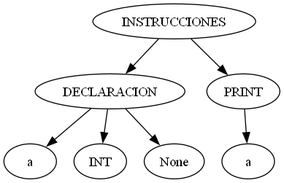
The Graphviz diagram backend/AST.png in AlvaroCeballos/OLC1_VJ2025_G5, before a commit. Its source is kept beside it as backend/AST.dot.
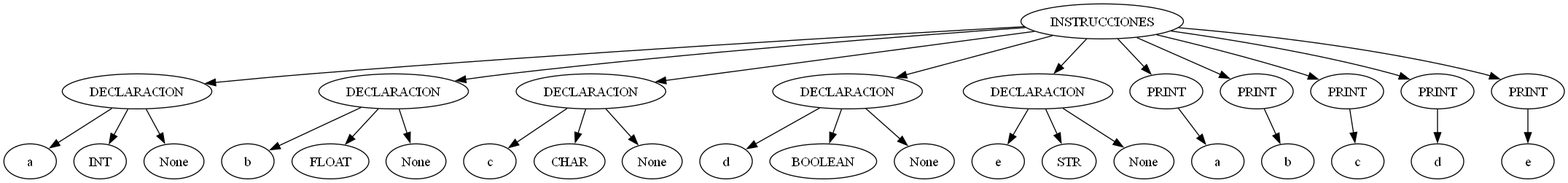
Later version of the same file.

Commit message:
correccion de declaracion

Change to the diagram source:
```diff
@@ -4,12 +4,60 @@
 	2 [label = "a"];
 	3 [label = "INT"];
 	4 [label = "None"];
-	5 [label = "PRINT"];
-	6 [label = "a"];
+	5 [label = "DECLARACION"];
+	6 [label = "b"];
+	7 [label = "FLOAT"];
+	8 [label = "None"];
+	9 [label = "DECLARACION"];
+	10 [label = "c"];
+	11 [label = "CHAR"];
+	12 [label = "None"];
+	13 [label = "DECLARACION"];
+	14 [label = "d"];
+	15 [label = "BOOLEAN"];
+	16 [label = "None"];
+	17 [label = "DECLARACION"];
+	18 [label = "e"];
+	19 [label = "STR"];
+	20 [label = "None"];
+	21 [label = "PRINT"];
+	22 [label = "a"];
+	23 [label = "PRINT"];
+	24 [label = "b"];
+	25 [label = "PRINT"];
+	26 [label = "c"];
+	27 [label = "PRINT"];
+	28 [label = "d"];
+	29 [label = "PRINT"];
+	30 [label = "e"];
 	0 -> 1;
 	1 -> 2;
 	1 -> 3;
 	1 -> 4;
 	0 -> 5;
 	5 -> 6;
+	5 -> 7;
+	5 -> 8;
+	0 -> 9;
+	9 -> 10;
+	9 -> 11;
+	9 -> 12;
+	0 -> 13;
+	13 -> 14;
+	13 -> 15;
+	13 -> 16;
+	0 -> 17;
+	17 -> 18;
+	17 -> 19;
+	17 -> 20;
+	0 -> 21;
+	21 -> 22;
+	0 -> 23;
+	23 -> 24;
+	0 -> 25;
+	25 -> 26;
+	0 -> 27;
+	27 -> 28;
+	0 -> 29;
+	29 -> 30;
 }
```
